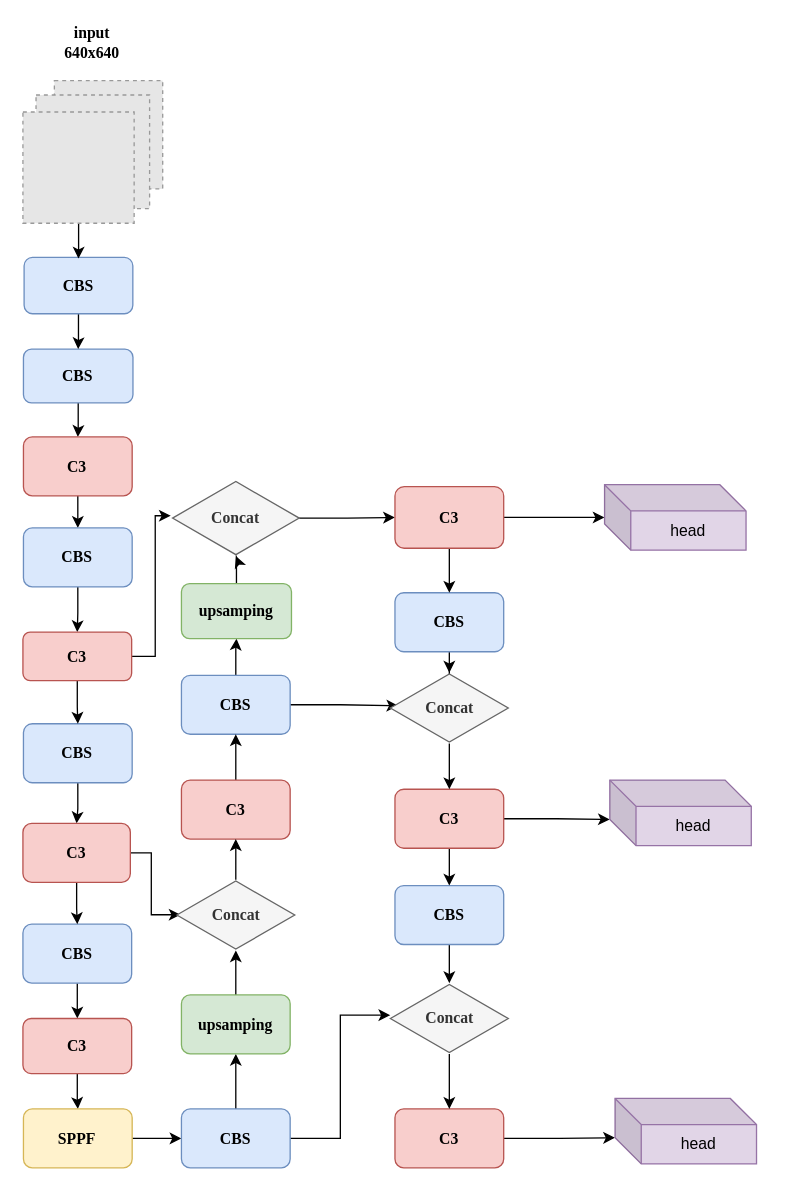
Earlier version of the draw.io diagram page "第 2 页" (2 of 2) of 未命名绘图.drawio (JaniceSu-su/HelloWorld). Source tidied: cells renumbered, new cells numbered last; positions are measured from the earlier drawing's top-left corner, leaving out a move shared by most shapes. Both pictures are drawn from the tidied source at 131%, with x=0, y=0 at pixel (22, 22). Pictures stored in the file or linked from it are replaced by grey dashed boxes.
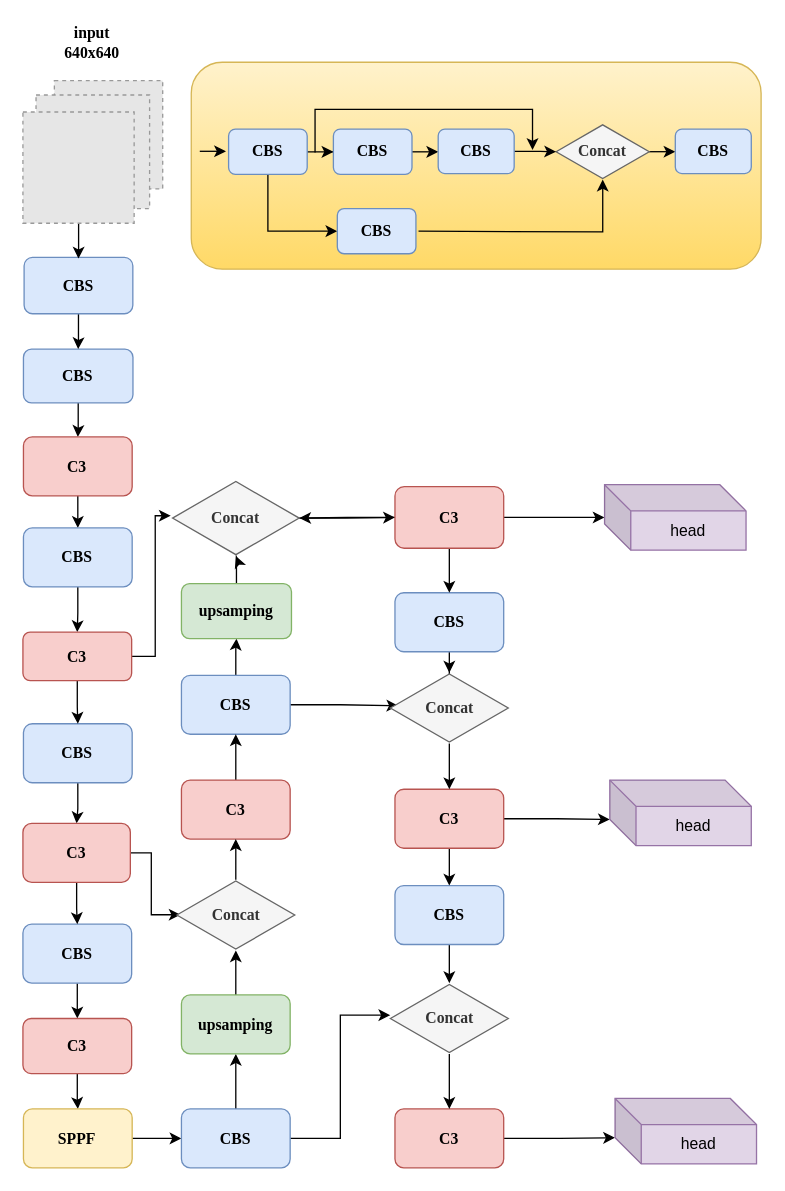
After the change.

Unchanged cells that the change refers to:
```xml
<mxCell id="53" value="&lt;b&gt;&lt;font face=&quot;Times New Roman&quot; style=&quot;font-size: 12px;&quot;&gt;Concat&lt;/font&gt;&lt;/b&gt;" style="html=1;whiteSpace=wrap;shape=isoRectangle;fillColor=#f5f5f5;fontColor=#333333;strokeColor=#666666;" parent="1" vertex="1">
  <mxGeometry x="114.2" y="349" width="96.7" height="58" as="geometry" />
</mxCell>
<mxCell id="56" value="&lt;b&gt;&lt;font face=&quot;Times New Roman&quot; style=&quot;font-size: 12px;&quot;&gt;C3&lt;/font&gt;&lt;/b&gt;" style="rounded=1;whiteSpace=wrap;html=1;fillColor=#f8cecc;strokeColor=#b85450;" parent="1" vertex="1">
  <mxGeometry x="284" y="354" width="83" height="47" as="geometry" />
</mxCell>
```

The edit, as a diff of the source:
```diff
@@
+    <mxCell id="64" style="edgeStyle=orthogonalEdgeStyle;rounded=0;jettySize=auto;html=1;" parent="1" edge="1" source="56" target="53">
+      <mxGeometry relative="1" as="geometry" />
+    </mxCell>
@@
+    <mxCell id="65" style="rounded=1;whiteSpace=wrap;html=1;fillColor=#fff2cc;strokeColor=#d6b656;align=left;fontFamily=Times New Roman;gradientColor=#ffd966;" parent="1" vertex="1">
+      <mxGeometry x="128.5" y="30" width="435" height="158" as="geometry" />
+    </mxCell>
+    <mxCell id="66" style="edgeStyle=orthogonalEdgeStyle;rounded=0;orthogonalLoop=1;jettySize=auto;html=1;exitX=0.5;exitY=1;exitDx=0;exitDy=0;" parent="1" edge="1">
+      <mxGeometry relative="1" as="geometry">
+        <mxPoint x="409" y="275.5" as="sourcePoint" />
+        <mxPoint x="409" y="275.5" as="targetPoint" />
+      </mxGeometry>
+    </mxCell>
+    <mxCell id="67" style="edgeStyle=orthogonalEdgeStyle;rounded=0;jettySize=auto;html=1;" parent="1" edge="1" source="69" target="74">
+      <mxGeometry relative="1" as="geometry" />
+    </mxCell>
+    <mxCell id="68" style="edgeStyle=orthogonalEdgeStyle;rounded=0;jettySize=auto;html=1;entryX=0;entryY=0.5;entryDx=0;entryDy=0;exitX=0.5;exitY=1;exitDx=0;exitDy=0;" parent="1" edge="1" source="69" target="80">
+      <mxGeometry relative="1" as="geometry" />
+    </mxCell>
+    <mxCell id="69" value="&lt;b&gt;&lt;font face=&quot;Times New Roman&quot; style=&quot;font-size: 12px;&quot;&gt;CBS&lt;/font&gt;&lt;/b&gt;" style="rounded=1;whiteSpace=wrap;html=1;fillColor=#dae8fc;strokeColor=#6c8ebf;" parent="1" vertex="1">
+      <mxGeometry x="157" y="81.1" width="60" height="34.5" as="geometry" />
+    </mxCell>
+    <mxCell id="70" style="edgeStyle=orthogonalEdgeStyle;rounded=0;jettySize=auto;html=1;" parent="1" edge="1" source="71" target="77">
+      <mxGeometry relative="1" as="geometry" />
+    </mxCell>
+    <mxCell id="71" value="&lt;b&gt;&lt;font face=&quot;Times New Roman&quot; style=&quot;font-size: 12px;&quot;&gt;Concat&lt;/font&gt;&lt;/b&gt;" style="html=1;whiteSpace=wrap;shape=isoRectangle;fillColor=#f5f5f5;fontColor=#333333;strokeColor=#666666;" parent="1" vertex="1">
+      <mxGeometry x="407" y="77" width="71.1" height="42.6" as="geometry" />
+    </mxCell>
+    <mxCell id="72" style="edgeStyle=orthogonalEdgeStyle;rounded=0;orthogonalLoop=1;jettySize=auto;html=1;" parent="1" edge="1">
+      <mxGeometry relative="1" as="geometry">
+        <mxPoint x="135" y="98" as="sourcePoint" />
+        <mxPoint x="155" y="97.9" as="targetPoint" />
+      </mxGeometry>
+    </mxCell>
+    <mxCell id="73" style="edgeStyle=orthogonalEdgeStyle;rounded=0;jettySize=auto;html=1;" parent="1" edge="1" source="74" target="76">
+      <mxGeometry relative="1" as="geometry" />
+    </mxCell>
+    <mxCell id="74" value="&lt;b&gt;&lt;font face=&quot;Times New Roman&quot; style=&quot;font-size: 12px;&quot;&gt;CBS&lt;/font&gt;&lt;/b&gt;" style="rounded=1;whiteSpace=wrap;html=1;fillColor=#dae8fc;strokeColor=#6c8ebf;" parent="1" vertex="1">
+      <mxGeometry x="237" y="81.1" width="60" height="34.5" as="geometry" />
+    </mxCell>
+    <mxCell id="75" style="edgeStyle=orthogonalEdgeStyle;rounded=0;jettySize=auto;html=1;" parent="1" edge="1" source="76" target="71">
+      <mxGeometry relative="1" as="geometry" />
+    </mxCell>
+    <mxCell id="76" value="&lt;b&gt;&lt;font face=&quot;Times New Roman&quot; style=&quot;font-size: 12px;&quot;&gt;CBS&lt;/font&gt;&lt;/b&gt;" style="rounded=1;whiteSpace=wrap;html=1;fillColor=#dae8fc;strokeColor=#6c8ebf;" parent="1" vertex="1">
+      <mxGeometry x="317" y="81.1" width="58" height="33.9" as="geometry" />
+    </mxCell>
+    <mxCell id="77" value="&lt;b&gt;&lt;font face=&quot;Times New Roman&quot; style=&quot;font-size: 12px;&quot;&gt;CBS&lt;/font&gt;&lt;/b&gt;" style="rounded=1;whiteSpace=wrap;html=1;fillColor=#dae8fc;strokeColor=#6c8ebf;" parent="1" vertex="1">
+      <mxGeometry x="498" y="81.1" width="58" height="33.9" as="geometry" />
+    </mxCell>
+    <mxCell id="78" style="edgeStyle=orthogonalEdgeStyle;rounded=0;jettySize=auto;html=1;" parent="1" edge="1" target="71">
+      <mxGeometry relative="1" as="geometry">
+        <mxPoint x="302" y="159" as="sourcePoint" />
+      </mxGeometry>
+    </mxCell>
+    <mxCell id="79" style="endArrow=classic;html=1;rounded=0;" parent="1" edge="1">
+      <mxGeometry relative="1" as="geometry">
+        <mxPoint x="223" y="99" as="sourcePoint" />
+        <mxPoint x="389" y="97" as="targetPoint" />
+        <Array as="points">
+          <mxPoint x="223" y="66" />
+          <mxPoint x="389" y="66" />
+        </Array>
+      </mxGeometry>
+    </mxCell>
+    <mxCell id="80" value="&lt;b&gt;&lt;font face=&quot;Times New Roman&quot; style=&quot;font-size: 12px;&quot;&gt;CBS&lt;/font&gt;&lt;/b&gt;" style="rounded=1;whiteSpace=wrap;html=1;fillColor=#dae8fc;strokeColor=#6c8ebf;" parent="1" vertex="1">
+      <mxGeometry x="240" y="141.7" width="60" height="34.5" as="geometry" />
+    </mxCell>
```
